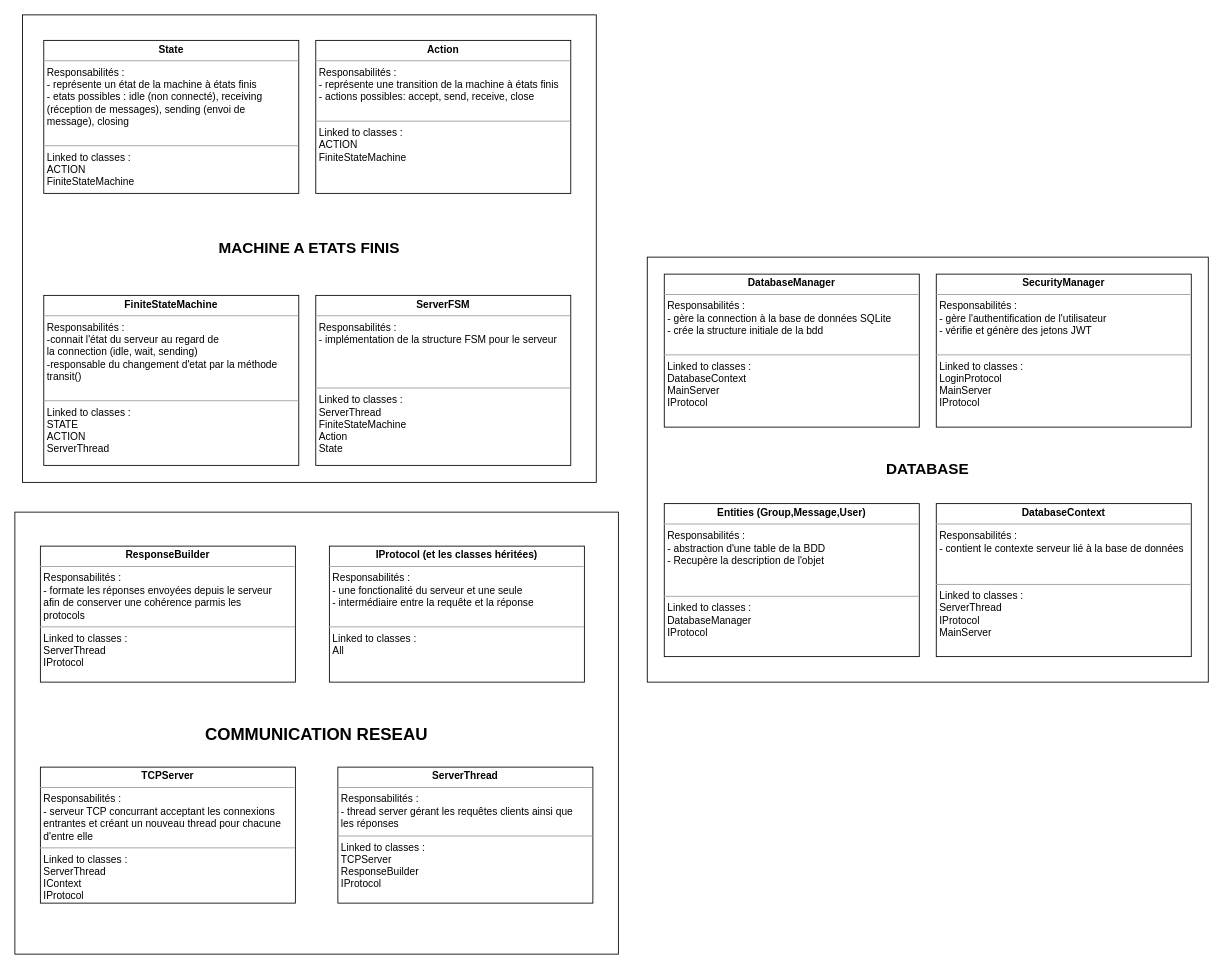
Above: docs/CRC/CRC-Server.drawio in Projet-Java-ENSTA-Bretagne/Projet-Conception-Logicielle (draw.io), before the change. Source tidied: cells renumbered, new cells numbered last; positions are measured from the earlier drawing's top-left corner, leaving out a move shared by most shapes. Both pictures are drawn from the tidied source at 85%, with x=0, y=0 at pixel (14, 14).
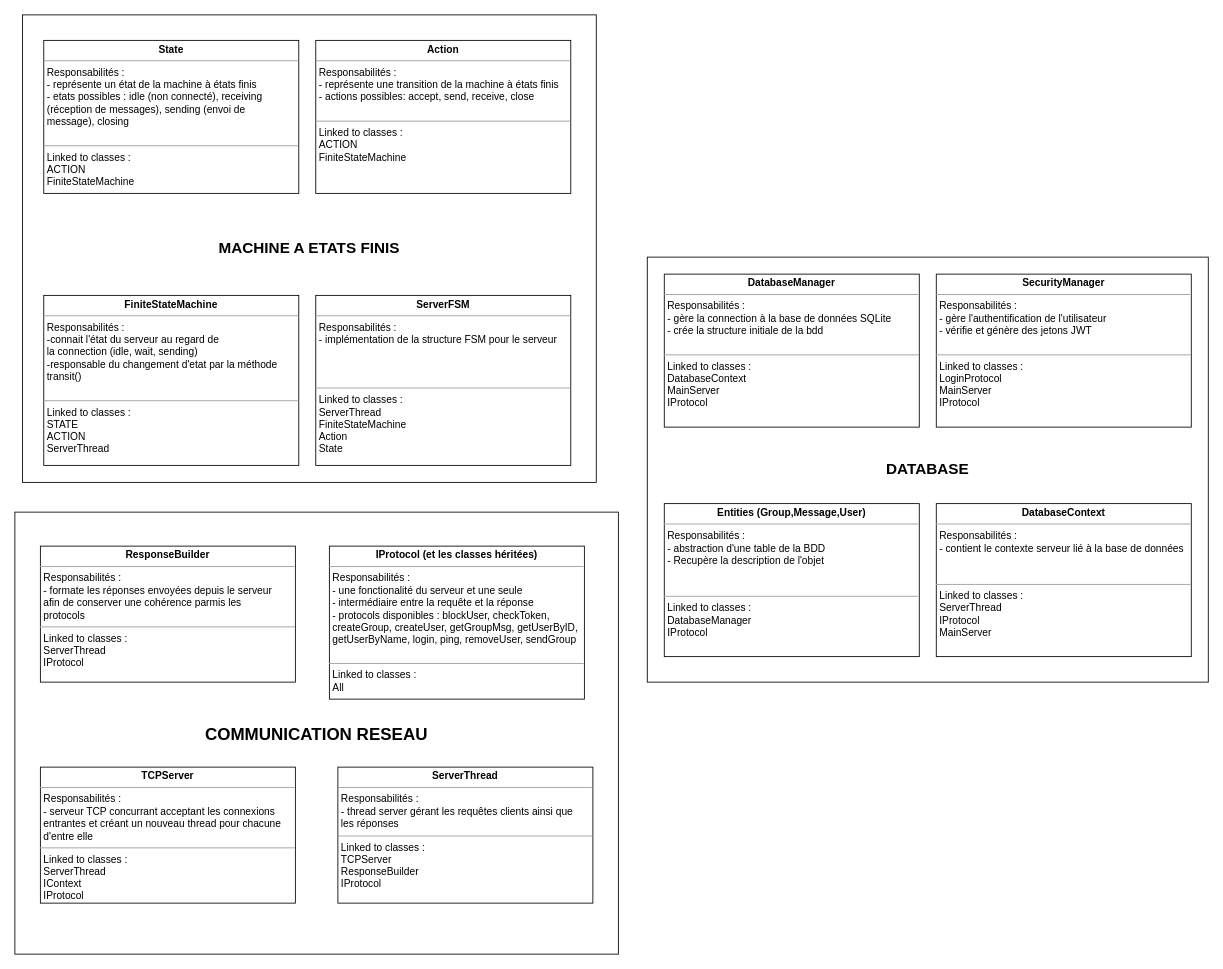
Above is the later version.

Commit message:
Better CRC

Diff of the diagram source:
```diff
@@
 <mxGraphModel>
   <root>
     <mxCell id="0" />
     <mxCell id="1" parent="0" />
     <mxCell id="2" value="&lt;font style=&quot;font-size: 18px&quot;&gt;&lt;b&gt;MACHINE A ETATS FINIS&lt;/b&gt;&lt;/font&gt;" style="rounded=0;whiteSpace=wrap;html=1;" parent="1" vertex="1">
       <mxGeometry x="9" width="675" height="550" as="geometry" />
     </mxCell>
     <mxCell id="3" value="&lt;b&gt;&lt;font style=&quot;font-size: 20px&quot;&gt;COMMUNICATION RESEAU&lt;/font&gt;&lt;/b&gt;" style="rounded=0;whiteSpace=wrap;html=1;" parent="1" vertex="1">
       <mxGeometry y="585" width="710" height="520" as="geometry" />
     </mxCell>
     <mxCell id="4" value="&lt;p style=&quot;margin: 0px ; margin-top: 4px ; text-align: center&quot;&gt;&lt;b&gt;FiniteStateMachine&lt;/b&gt;&lt;/p&gt;&lt;hr size=&quot;1&quot;&gt;&lt;p style=&quot;margin: 0px ; margin-left: 4px&quot;&gt;Responsabilités : &lt;br&gt;&lt;/p&gt;&lt;p style=&quot;margin: 0px ; margin-left: 4px&quot;&gt;-connait l'état du serveur au regard de &lt;br&gt;&lt;/p&gt;&lt;p style=&quot;margin: 0px ; margin-left: 4px&quot;&gt;la connection (idle, wait, sending)&lt;/p&gt;&lt;p style=&quot;margin: 0px ; margin-left: 4px&quot;&gt;-responsable du changement d'etat par la méthode&amp;nbsp;&lt;/p&gt;&lt;p style=&quot;margin: 0px ; margin-left: 4px&quot;&gt;transit()&lt;/p&gt;&lt;p style=&quot;margin: 0px ; margin-left: 4px&quot;&gt;&lt;br&gt;&lt;/p&gt;&lt;hr size=&quot;1&quot;&gt;&lt;p style=&quot;margin: 0px ; margin-left: 4px&quot;&gt;Linked to classes : &lt;br&gt;&lt;/p&gt;&lt;p style=&quot;margin: 0px ; margin-left: 4px&quot;&gt;STATE&lt;/p&gt;&lt;p style=&quot;margin: 0px ; margin-left: 4px&quot;&gt;ACTION&lt;/p&gt;&lt;p style=&quot;margin: 0px ; margin-left: 4px&quot;&gt;ServerThread&lt;/p&gt;" style="verticalAlign=top;align=left;overflow=fill;fontSize=12;fontFamily=Helvetica;html=1;" parent="1" vertex="1">
       <mxGeometry x="34" y="330" width="300" height="200" as="geometry" />
     </mxCell>
     <mxCell id="5" value="&lt;p style=&quot;margin: 0px ; margin-top: 4px ; text-align: center&quot;&gt;&lt;b&gt;ResponseBuilder&lt;/b&gt;&lt;br&gt;&lt;/p&gt;&lt;hr size=&quot;1&quot;&gt;&lt;p style=&quot;margin: 0px ; margin-left: 4px&quot;&gt;Responsabilités : &lt;br&gt;&lt;/p&gt;&lt;p style=&quot;margin: 0px ; margin-left: 4px&quot;&gt;- formate les réponses envoyées depuis le serveur&amp;nbsp;&lt;br&gt;&lt;/p&gt;&lt;p style=&quot;margin: 0px ; margin-left: 4px&quot;&gt;afin de conserver une cohérence parmis les&amp;nbsp;&lt;/p&gt;&lt;p style=&quot;margin: 0px ; margin-left: 4px&quot;&gt;protocols&lt;/p&gt;&lt;hr size=&quot;1&quot;&gt;&lt;p style=&quot;margin: 0px ; margin-left: 4px&quot;&gt;Linked to classes : &lt;br&gt;&lt;/p&gt;&lt;p style=&quot;margin: 0px ; margin-left: 4px&quot;&gt;ServerThread&lt;/p&gt;&lt;p style=&quot;margin: 0px ; margin-left: 4px&quot;&gt;IProtocol&lt;/p&gt;" style="verticalAlign=top;align=left;overflow=fill;fontSize=12;fontFamily=Helvetica;html=1;" parent="1" vertex="1">
       <mxGeometry x="30" y="625" width="300" height="160" as="geometry" />
     </mxCell>
     <mxCell id="6" value="&lt;p style=&quot;margin: 0px ; margin-top: 4px ; text-align: center&quot;&gt;&lt;b&gt;TCPServer&lt;/b&gt;&lt;br&gt;&lt;/p&gt;&lt;hr size=&quot;1&quot;&gt;&lt;p style=&quot;margin: 0px ; margin-left: 4px&quot;&gt;Responsabilités : &lt;br&gt;&lt;/p&gt;&lt;p style=&quot;margin: 0px ; margin-left: 4px&quot;&gt;- serveur TCP concurrant acceptant les connexions&amp;nbsp;&lt;/p&gt;&lt;p style=&quot;margin: 0px ; margin-left: 4px&quot;&gt;entrantes et créant un nouveau thread pour chacune&amp;nbsp;&lt;/p&gt;&lt;p style=&quot;margin: 0px ; margin-left: 4px&quot;&gt;d'entre elle&lt;/p&gt;&lt;hr size=&quot;1&quot;&gt;&lt;p style=&quot;margin: 0px ; margin-left: 4px&quot;&gt;Linked to classes : &lt;br&gt;&lt;/p&gt;&lt;p style=&quot;margin: 0px ; margin-left: 4px&quot;&gt;ServerThread&lt;br&gt;&lt;/p&gt;&lt;p style=&quot;margin: 0px ; margin-left: 4px&quot;&gt;IContext&lt;/p&gt;&lt;p style=&quot;margin: 0px ; margin-left: 4px&quot;&gt;IProtocol&lt;/p&gt;" style="verticalAlign=top;align=left;overflow=fill;fontSize=12;fontFamily=Helvetica;html=1;" parent="1" vertex="1">
       <mxGeometry x="30" y="885" width="300" height="160" as="geometry" />
     </mxCell>
     <mxCell id="7" value="&lt;p style=&quot;margin: 0px ; margin-top: 4px ; text-align: center&quot;&gt;&lt;b&gt;State&lt;/b&gt;&lt;/p&gt;&lt;hr size=&quot;1&quot;&gt;&lt;p style=&quot;margin: 0px ; margin-left: 4px&quot;&gt;Responsabilités : &lt;br&gt;&lt;/p&gt;&lt;p style=&quot;margin: 0px ; margin-left: 4px&quot;&gt;- représente un état de la machine à états finis &lt;br&gt;&lt;/p&gt;&lt;p style=&quot;margin: 0px ; margin-left: 4px&quot;&gt;- etats possibles : idle (non connecté), receiving&amp;nbsp;&lt;/p&gt;&lt;p style=&quot;margin: 0px ; margin-left: 4px&quot;&gt;(réception de&amp;nbsp;&lt;span&gt;messages)&lt;/span&gt;&lt;span&gt;, sending (envoi de&amp;nbsp;&lt;/span&gt;&lt;/p&gt;&lt;p style=&quot;margin: 0px ; margin-left: 4px&quot;&gt;&lt;span&gt;message), closing&lt;/span&gt;&lt;/p&gt;&lt;p style=&quot;margin: 0px ; margin-left: 4px&quot;&gt;&lt;br&gt;&lt;/p&gt;&lt;hr size=&quot;1&quot;&gt;&lt;p style=&quot;margin: 0px ; margin-left: 4px&quot;&gt;Linked to classes : &lt;br&gt;&lt;/p&gt;&lt;p style=&quot;margin: 0px ; margin-left: 4px&quot;&gt;ACTION&lt;/p&gt;&lt;p style=&quot;margin: 0px ; margin-left: 4px&quot;&gt;FiniteStateMachine&lt;/p&gt;" style="verticalAlign=top;align=left;overflow=fill;fontSize=12;fontFamily=Helvetica;html=1;" parent="1" vertex="1">
       <mxGeometry x="34" y="30" width="300" height="180" as="geometry" />
     </mxCell>
     <mxCell id="8" value="&lt;p style=&quot;margin: 0px ; margin-top: 4px ; text-align: center&quot;&gt;&lt;b&gt;Action&lt;/b&gt;&lt;/p&gt;&lt;hr size=&quot;1&quot;&gt;&lt;p style=&quot;margin: 0px ; margin-left: 4px&quot;&gt;Responsabilités : &lt;br&gt;&lt;/p&gt;&lt;p style=&quot;margin: 0px ; margin-left: 4px&quot;&gt;- représente une transition de la machine à états finis &lt;br&gt;&lt;/p&gt;&lt;p style=&quot;margin: 0px ; margin-left: 4px&quot;&gt;- actions possibles: accept, send, receive, close&lt;/p&gt;&lt;p style=&quot;margin: 0px ; margin-left: 4px&quot;&gt;&lt;br&gt;&lt;/p&gt;&lt;hr size=&quot;1&quot;&gt;&lt;p style=&quot;margin: 0px ; margin-left: 4px&quot;&gt;Linked to classes : &lt;br&gt;&lt;/p&gt;&lt;p style=&quot;margin: 0px ; margin-left: 4px&quot;&gt;ACTION&lt;/p&gt;&lt;p style=&quot;margin: 0px ; margin-left: 4px&quot;&gt;FiniteStateMachine&lt;/p&gt;" style="verticalAlign=top;align=left;overflow=fill;fontSize=12;fontFamily=Helvetica;html=1;" parent="1" vertex="1">
       <mxGeometry x="354" y="30" width="300" height="180" as="geometry" />
     </mxCell>
     <mxCell id="9" value="&lt;p style=&quot;margin: 0px ; margin-top: 4px ; text-align: center&quot;&gt;&lt;b&gt;ServerThread&lt;/b&gt;&lt;br&gt;&lt;/p&gt;&lt;hr size=&quot;1&quot;&gt;&lt;p style=&quot;margin: 0px ; margin-left: 4px&quot;&gt;Responsabilités : &lt;br&gt;&lt;/p&gt;&lt;p style=&quot;margin: 0px ; margin-left: 4px&quot;&gt;- thread server gérant les requêtes clients ainsi que&amp;nbsp;&lt;br&gt;&lt;/p&gt;&lt;p style=&quot;margin: 0px ; margin-left: 4px&quot;&gt;les réponses&lt;/p&gt;&lt;hr size=&quot;1&quot;&gt;&lt;p style=&quot;margin: 0px ; margin-left: 4px&quot;&gt;Linked to classes : &lt;br&gt;&lt;/p&gt;&lt;p style=&quot;margin: 0px ; margin-left: 4px&quot;&gt;TCPServer&lt;/p&gt;&lt;p style=&quot;margin: 0px ; margin-left: 4px&quot;&gt;ResponseBuilder&lt;/p&gt;&lt;p style=&quot;margin: 0px ; margin-left: 4px&quot;&gt;IProtocol&lt;/p&gt;" style="verticalAlign=top;align=left;overflow=fill;fontSize=12;fontFamily=Helvetica;html=1;" parent="1" vertex="1">
       <mxGeometry x="380" y="885" width="300" height="160" as="geometry" />
     </mxCell>
     <mxCell id="10" value="&lt;p style=&quot;margin: 0px ; margin-top: 4px ; text-align: center&quot;&gt;&lt;b&gt;ServerFSM&lt;/b&gt;&lt;/p&gt;&lt;hr size=&quot;1&quot;&gt;&lt;p style=&quot;margin: 0px ; margin-left: 4px&quot;&gt;Responsabilités : &lt;br&gt;&lt;/p&gt;&lt;p style=&quot;margin: 0px ; margin-left: 4px&quot;&gt;- implémentation de la structure FSM pour le serveur&amp;nbsp;&lt;/p&gt;&lt;p style=&quot;margin: 0px ; margin-left: 4px&quot;&gt;&lt;br&gt;&lt;/p&gt;&lt;p style=&quot;margin: 0px ; margin-left: 4px&quot;&gt;&lt;br&gt;&lt;/p&gt;&lt;p style=&quot;margin: 0px ; margin-left: 4px&quot;&gt;&lt;br&gt;&lt;/p&gt;&lt;hr size=&quot;1&quot;&gt;&lt;p style=&quot;margin: 0px ; margin-left: 4px&quot;&gt;Linked to classes : &lt;br&gt;&lt;/p&gt;&lt;p style=&quot;margin: 0px ; margin-left: 4px&quot;&gt;ServerThread&lt;/p&gt;&lt;p style=&quot;margin: 0px ; margin-left: 4px&quot;&gt;FiniteStateMachine&lt;/p&gt;&lt;p style=&quot;margin: 0px ; margin-left: 4px&quot;&gt;Action&lt;/p&gt;&lt;p style=&quot;margin: 0px ; margin-left: 4px&quot;&gt;State&lt;/p&gt;" style="verticalAlign=top;align=left;overflow=fill;fontSize=12;fontFamily=Helvetica;html=1;" parent="1" vertex="1">
       <mxGeometry x="354" y="330" width="300" height="200" as="geometry" />
     </mxCell>
     <mxCell id="11" value="&lt;b&gt;&lt;font style=&quot;font-size: 18px&quot;&gt;DATABASE&lt;/font&gt;&lt;/b&gt;" style="rounded=0;whiteSpace=wrap;html=1;" parent="1" vertex="1">
       <mxGeometry x="744" y="285" width="660" height="500" as="geometry" />
     </mxCell>
     <mxCell id="12" value="&lt;p style=&quot;margin: 0px ; margin-top: 4px ; text-align: center&quot;&gt;&lt;b&gt;DatabaseManager&lt;/b&gt;&lt;/p&gt;&lt;hr size=&quot;1&quot;&gt;&lt;p style=&quot;margin: 0px ; margin-left: 4px&quot;&gt;Responsabilités : &lt;br&gt;&lt;/p&gt;&lt;p style=&quot;margin: 0px ; margin-left: 4px&quot;&gt;- gère la connection à la base de données SQLite&lt;/p&gt;&lt;p style=&quot;margin: 0px ; margin-left: 4px&quot;&gt;- crée la structure initiale de la bdd&lt;/p&gt;&lt;p style=&quot;margin: 0px ; margin-left: 4px&quot;&gt;&lt;br&gt;&lt;/p&gt;&lt;hr size=&quot;1&quot;&gt;&lt;p style=&quot;margin: 0px ; margin-left: 4px&quot;&gt;Linked to classes : &lt;br&gt;&lt;/p&gt;&lt;p style=&quot;margin: 0px ; margin-left: 4px&quot;&gt;DatabaseContext&lt;/p&gt;&lt;p style=&quot;margin: 0px ; margin-left: 4px&quot;&gt;MainServer&lt;/p&gt;&lt;p style=&quot;margin: 0px ; margin-left: 4px&quot;&gt;IProtocol&lt;/p&gt;" style="verticalAlign=top;align=left;overflow=fill;fontSize=12;fontFamily=Helvetica;html=1;" parent="1" vertex="1">
       <mxGeometry x="764" y="305" width="300" height="180" as="geometry" />
     </mxCell>
     <mxCell id="13" value="&lt;p style=&quot;margin: 0px ; margin-top: 4px ; text-align: center&quot;&gt;&lt;b&gt;SecurityManager&lt;/b&gt;&lt;/p&gt;&lt;hr size=&quot;1&quot;&gt;&lt;p style=&quot;margin: 0px ; margin-left: 4px&quot;&gt;Responsabilités : &lt;br&gt;&lt;/p&gt;&lt;p style=&quot;margin: 0px ; margin-left: 4px&quot;&gt;- gère l'authentification de l'utilisateur&lt;/p&gt;&lt;p style=&quot;margin: 0px ; margin-left: 4px&quot;&gt;- vérifie et génère des jetons JWT&lt;/p&gt;&lt;p style=&quot;margin: 0px ; margin-left: 4px&quot;&gt;&lt;br&gt;&lt;/p&gt;&lt;hr size=&quot;1&quot;&gt;&lt;p style=&quot;margin: 0px ; margin-left: 4px&quot;&gt;Linked to classes : &lt;br&gt;&lt;/p&gt;&lt;p style=&quot;margin: 0px ; margin-left: 4px&quot;&gt;LoginProtocol&lt;/p&gt;&lt;p style=&quot;margin: 0px ; margin-left: 4px&quot;&gt;MainServer&lt;/p&gt;&lt;p style=&quot;margin: 0px ; margin-left: 4px&quot;&gt;IProtocol&lt;/p&gt;" style="verticalAlign=top;align=left;overflow=fill;fontSize=12;fontFamily=Helvetica;html=1;" parent="1" vertex="1">
       <mxGeometry x="1084" y="305" width="300" height="180" as="geometry" />
     </mxCell>
     <mxCell id="14" value="&lt;p style=&quot;margin: 0px ; margin-top: 4px ; text-align: center&quot;&gt;&lt;b&gt;Entities (Group,Message,User)&lt;/b&gt;&lt;/p&gt;&lt;hr size=&quot;1&quot;&gt;&lt;p style=&quot;margin: 0px ; margin-left: 4px&quot;&gt;Responsabilités : &lt;br&gt;&lt;/p&gt;&lt;p style=&quot;margin: 0px ; margin-left: 4px&quot;&gt;- abstraction d'une table de la BDD&lt;/p&gt;&lt;p style=&quot;margin: 0px ; margin-left: 4px&quot;&gt;- Recupère la description de l'objet&lt;/p&gt;&lt;p style=&quot;margin: 0px ; margin-left: 4px&quot;&gt;&lt;br&gt;&lt;/p&gt;&lt;p style=&quot;margin: 0px ; margin-left: 4px&quot;&gt;&lt;br&gt;&lt;/p&gt;&lt;hr size=&quot;1&quot;&gt;&lt;p style=&quot;margin: 0px ; margin-left: 4px&quot;&gt;Linked to classes : &lt;br&gt;&lt;/p&gt;&lt;p style=&quot;margin: 0px ; margin-left: 4px&quot;&gt;DatabaseManager&lt;/p&gt;&lt;p style=&quot;margin: 0px ; margin-left: 4px&quot;&gt;IProtocol&lt;/p&gt;" style="verticalAlign=top;align=left;overflow=fill;fontSize=12;fontFamily=Helvetica;html=1;" parent="1" vertex="1">
       <mxGeometry x="764" y="575" width="300" height="180" as="geometry" />
     </mxCell>
     <mxCell id="15" value="&lt;p style=&quot;margin: 0px ; margin-top: 4px ; text-align: center&quot;&gt;&lt;b&gt;DatabaseContext&lt;/b&gt;&lt;/p&gt;&lt;hr size=&quot;1&quot;&gt;&lt;p style=&quot;margin: 0px ; margin-left: 4px&quot;&gt;Responsabilités : &lt;br&gt;&lt;/p&gt;&lt;p style=&quot;margin: 0px ; margin-left: 4px&quot;&gt;- contient le contexte serveur lié à la base de données&lt;/p&gt;&lt;p style=&quot;margin: 0px ; margin-left: 4px&quot;&gt;&lt;br&gt;&lt;/p&gt;&lt;p style=&quot;margin: 0px ; margin-left: 4px&quot;&gt;&lt;br&gt;&lt;/p&gt;&lt;hr size=&quot;1&quot;&gt;&lt;p style=&quot;margin: 0px ; margin-left: 4px&quot;&gt;Linked to classes : &lt;br&gt;&lt;/p&gt;&lt;p style=&quot;margin: 0px ; margin-left: 4px&quot;&gt;ServerThread&lt;/p&gt;&lt;p style=&quot;margin: 0px ; margin-left: 4px&quot;&gt;IProtocol&lt;/p&gt;&lt;p style=&quot;margin: 0px ; margin-left: 4px&quot;&gt;MainServer&lt;/p&gt;" style="verticalAlign=top;align=left;overflow=fill;fontSize=12;fontFamily=Helvetica;html=1;" parent="1" vertex="1">
       <mxGeometry x="1084" y="575" width="300" height="180" as="geometry" />
     </mxCell>
-    <mxCell id="16" value="&lt;p style=&quot;margin: 0px ; margin-top: 4px ; text-align: center&quot;&gt;&lt;b&gt;IProtocol (et les classes héritées)&lt;/b&gt;&lt;br&gt;&lt;/p&gt;&lt;hr size=&quot;1&quot;&gt;&lt;p style=&quot;margin: 0px ; margin-left: 4px&quot;&gt;Responsabilités : &lt;br&gt;&lt;/p&gt;&lt;p style=&quot;margin: 0px ; margin-left: 4px&quot;&gt;- une fonctionalité du serveur et une seule&lt;br&gt;&lt;/p&gt;&lt;p style=&quot;margin: 0px ; margin-left: 4px&quot;&gt;- intermédiaire entre la requête et la réponse&lt;/p&gt;&lt;p style=&quot;margin: 0px ; margin-left: 4px&quot;&gt;&lt;br&gt;&lt;/p&gt;&lt;hr size=&quot;1&quot;&gt;&lt;p style=&quot;margin: 0px ; margin-left: 4px&quot;&gt;Linked to classes : &lt;br&gt;&lt;/p&gt;&lt;p style=&quot;margin: 0px ; margin-left: 4px&quot;&gt;All&lt;/p&gt;" style="verticalAlign=top;align=left;overflow=fill;fontSize=12;fontFamily=Helvetica;html=1;" parent="1" vertex="1">
-      <mxGeometry x="370" y="625" width="300" height="160" as="geometry" />
+    <mxCell id="16" value="&lt;p style=&quot;margin: 0px ; margin-top: 4px ; text-align: center&quot;&gt;&lt;b&gt;IProtocol (et les classes héritées)&lt;/b&gt;&lt;br&gt;&lt;/p&gt;&lt;hr size=&quot;1&quot;&gt;&lt;p style=&quot;margin: 0px ; margin-left: 4px&quot;&gt;Responsabilités : &lt;br&gt;&lt;/p&gt;&lt;p style=&quot;margin: 0px ; margin-left: 4px&quot;&gt;- une fonctionalité du serveur et une seule&lt;br&gt;&lt;/p&gt;&lt;p style=&quot;margin: 0px ; margin-left: 4px&quot;&gt;- intermédiaire entre la requête et la réponse&lt;/p&gt;&lt;p style=&quot;margin: 0px ; margin-left: 4px&quot;&gt;- protocols disponibles : blockUser, checkToken,&amp;nbsp;&lt;/p&gt;&lt;p style=&quot;margin: 0px ; margin-left: 4px&quot;&gt;createGroup, createUser, getGroupMsg, getUserByID,&lt;/p&gt;&lt;p style=&quot;margin: 0px ; margin-left: 4px&quot;&gt;getUserByName, login, ping, removeUser, sendGroup&lt;/p&gt;&lt;p style=&quot;margin: 0px ; margin-left: 4px&quot;&gt;&lt;br&gt;&lt;/p&gt;&lt;hr size=&quot;1&quot;&gt;&lt;p style=&quot;margin: 0px ; margin-left: 4px&quot;&gt;Linked to classes : &lt;br&gt;&lt;/p&gt;&lt;p style=&quot;margin: 0px ; margin-left: 4px&quot;&gt;All&lt;/p&gt;" style="verticalAlign=top;align=left;overflow=fill;fontSize=12;fontFamily=Helvetica;html=1;" parent="1" vertex="1">
+      <mxGeometry x="370" y="625" width="300" height="180" as="geometry" />
     </mxCell>
   </root>
 </mxGraphModel>
```
